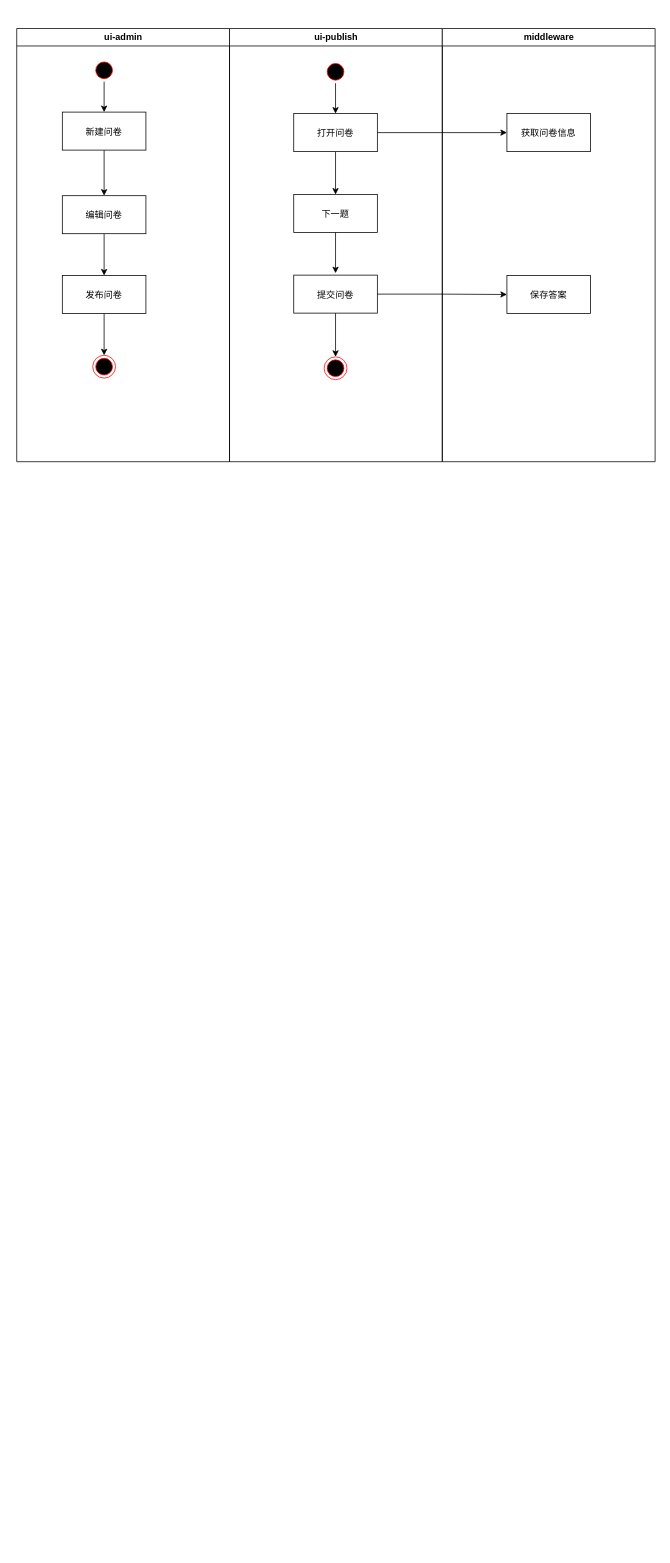
This is form-logic.drawio from lshunran/drawIO, a draw.io file, before an edit. Source tidied: cells renumbered, new cells numbered last; positions are measured from the earlier drawing's top-left corner, leaving out a move shared by most shapes. Both pictures are drawn from the tidied source at 76%, with x=0, y=0 at pixel (16, 28).
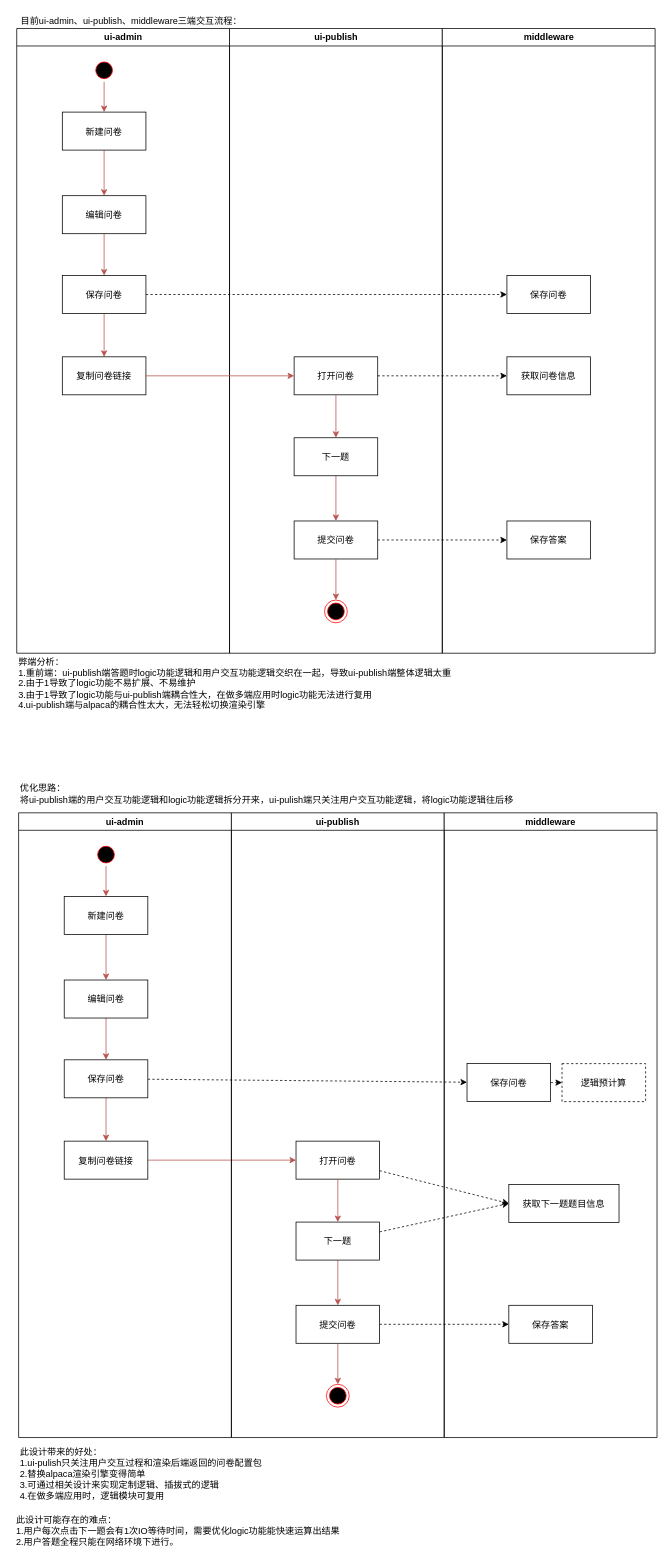
Above is the later version.

Unchanged cells that the change refers to:
```xml
<mxCell id="4" style="ellipse;shape=startState;fillColor=#000000;strokeColor=#ff0000;" parent="2" vertex="1">
  <mxGeometry x="100" y="40" width="30" height="30" as="geometry" />
</mxCell>
<mxCell id="6" value="新建问卷" parent="2" vertex="1">
  <mxGeometry x="60" y="110" width="110" height="50" as="geometry" />
</mxCell>
<mxCell id="8" value="编辑问卷" parent="2" vertex="1">
  <mxGeometry x="60" y="220" width="110" height="50" as="geometry" />
</mxCell>
```

What changed in the source:
```diff
@@
     <mxCell id="2" value="ui-admin" style="swimlane;whiteSpace=wrap;" parent="1" vertex="1">
-      <mxGeometry x="0.5" width="280" height="570" as="geometry" />
+      <mxGeometry x="0.5" width="280" height="822" as="geometry" />
     </mxCell>
-    <mxCell id="3" style="edgeStyle=orthogonalEdgeStyle;rounded=0;jettySize=auto;html=1;" parent="2" edge="1" source="4" target="6">
+    <mxCell id="3" style="edgeStyle=orthogonalEdgeStyle;rounded=0;jettySize=auto;html=1;fillColor=#f8cecc;strokeColor=#b85450;" parent="2" edge="1" source="4" target="6">
       <mxGeometry relative="1" as="geometry" />
     </mxCell>
@@
-    <mxCell id="5" style="edgeStyle=orthogonalEdgeStyle;rounded=0;jettySize=auto;html=1;" parent="2" edge="1" source="6" target="8">
+    <mxCell id="5" style="edgeStyle=orthogonalEdgeStyle;rounded=0;jettySize=auto;html=1;strokeColor=#b85450;fillColor=#f8cecc;" parent="2" edge="1" source="6" target="8">
       <mxGeometry relative="1" as="geometry" />
     </mxCell>
@@
-    <mxCell id="7" style="edgeStyle=orthogonalEdgeStyle;rounded=0;jettySize=auto;html=1;entryX=0.5;entryY=0;entryDx=0;entryDy=0;" parent="2" edge="1" source="8" target="10">
+    <mxCell id="7" style="edgeStyle=orthogonalEdgeStyle;rounded=0;jettySize=auto;html=1;entryX=0.5;entryY=0;entryDx=0;entryDy=0;fillColor=#f8cecc;strokeColor=#b85450;" parent="2" edge="1" source="8" target="10">
       <mxGeometry relative="1" as="geometry" />
     </mxCell>
@@
-    <mxCell id="9" style="edgeStyle=orthogonalEdgeStyle;rounded=0;jettySize=auto;html=1;entryX=0.5;entryY=0;entryDx=0;entryDy=0;" parent="2" edge="1" source="10" target="11">
-      <mxGeometry relative="1" as="geometry" />
-    </mxCell>
+    <mxCell id="27" style="edgeStyle=orthogonalEdgeStyle;rounded=0;jettySize=auto;html=1;exitX=0.5;exitY=1;exitDx=0;exitDy=0;entryX=0.5;entryY=0;entryDx=0;entryDy=0;fillColor=#f8cecc;strokeColor=#b85450;" parent="2" edge="1" source="10" target="28">
+      <mxGeometry relative="1" as="geometry" />
+    </mxCell>
-    <mxCell id="10" value="发布问卷" parent="2" vertex="1">
+    <mxCell id="10" value="保存问卷" parent="2" vertex="1">
       <mxGeometry x="60" y="325" width="110" height="50" as="geometry" />
     </mxCell>
-    <mxCell id="11" style="ellipse;shape=endState;fillColor=#000000;strokeColor=#ff0000;" parent="2" vertex="1">
-      <mxGeometry x="100" y="430" width="30" height="30" as="geometry" />
-    </mxCell>
+    <mxCell id="28" value="复制问卷链接" parent="2" vertex="1">
+      <mxGeometry x="60" y="432" width="110" height="50" as="geometry" />
+    </mxCell>
     <mxCell id="12" value="ui-publish" style="swimlane;whiteSpace=wrap;" parent="1" vertex="1">
-      <mxGeometry x="280.5" width="280" height="570" as="geometry" />
+      <mxGeometry x="280.5" width="280" height="822" as="geometry" />
     </mxCell>
-    <mxCell id="13" style="edgeStyle=orthogonalEdgeStyle;rounded=0;jettySize=auto;html=1;entryX=0.5;entryY=0;entryDx=0;entryDy=0;" parent="12" edge="1" source="14" target="16">
-      <mxGeometry relative="1" as="geometry" />
-    </mxCell>
-    <mxCell id="14" style="ellipse;shape=startState;fillColor=#000000;strokeColor=#ff0000;" parent="12" vertex="1">
-      <mxGeometry x="124.5" y="42" width="30" height="30" as="geometry" />
-    </mxCell>
+    <mxCell id="16" value="打开问卷" parent="12" vertex="1">
+      <mxGeometry x="85" y="432" width="110" height="50" as="geometry" />
+    </mxCell>
+    <mxCell id="29" style="edgeStyle=orthogonalEdgeStyle;rounded=0;jettySize=auto;html=1;exitX=0.5;exitY=1;exitDx=0;exitDy=0;entryX=0.5;entryY=0;entryDx=0;entryDy=0;fillColor=#f8cecc;strokeColor=#b85450;" parent="12" edge="1" source="17" target="19">
+      <mxGeometry relative="1" as="geometry" />
+    </mxCell>
+    <mxCell id="17" value="下一题" parent="12" vertex="1">
+      <mxGeometry x="85" y="538.5" width="110" height="50" as="geometry" />
+    </mxCell>
-    <mxCell id="15" style="edgeStyle=orthogonalEdgeStyle;rounded=0;jettySize=auto;html=1;" parent="12" edge="1" source="16" target="17">
+    <mxCell id="15" style="edgeStyle=orthogonalEdgeStyle;rounded=0;jettySize=auto;html=1;fillColor=#f8cecc;strokeColor=#b85450;" parent="12" edge="1" source="16" target="17">
       <mxGeometry relative="1" as="geometry" />
     </mxCell>
-    <mxCell id="16" value="打开问卷" parent="12" vertex="1">
-      <mxGeometry x="84.5" y="112" width="110" height="50" as="geometry" />
-    </mxCell>
-    <mxCell id="17" value="下一题" parent="12" vertex="1">
-      <mxGeometry x="84.5" y="218.5" width="110" height="50" as="geometry" />
-    </mxCell>
-    <mxCell id="18" style="edgeStyle=orthogonalEdgeStyle;rounded=0;jettySize=auto;html=1;exitX=0.5;exitY=1;exitDx=0;exitDy=0;" parent="12" edge="1" source="19" target="20">
-      <mxGeometry relative="1" as="geometry" />
-    </mxCell>
     <mxCell id="19" value="提交问卷" parent="12" vertex="1">
-      <mxGeometry x="84.5" y="324.5" width="110" height="50" as="geometry" />
+      <mxGeometry x="85" y="648" width="110" height="50" as="geometry" />
     </mxCell>
     <mxCell id="20" style="ellipse;shape=endState;fillColor=#000000;strokeColor=#ff0000;" parent="12" vertex="1">
-      <mxGeometry x="124.5" y="432" width="30" height="30" as="geometry" />
+      <mxGeometry x="125" y="752" width="30" height="30" as="geometry" />
     </mxCell>
+    <mxCell id="18" style="edgeStyle=orthogonalEdgeStyle;rounded=0;jettySize=auto;html=1;exitX=0.5;exitY=1;exitDx=0;exitDy=0;fillColor=#f8cecc;strokeColor=#b85450;" parent="12" edge="1" source="19" target="20">
+      <mxGeometry relative="1" as="geometry" />
+    </mxCell>
     <mxCell id="21" value="middleware" style="swimlane;whiteSpace=wrap;" parent="1" vertex="1">
-      <mxGeometry x="560.5" width="280" height="570" as="geometry" />
+      <mxGeometry x="560.5" width="280" height="822" as="geometry" />
     </mxCell>
     <mxCell id="22" value="获取问卷信息" parent="21" vertex="1">
-      <mxGeometry x="85" y="112" width="110" height="50" as="geometry" />
+      <mxGeometry x="85" y="432" width="110" height="50" as="geometry" />
     </mxCell>
-    <mxCell id="23" value="保存答案" parent="21" vertex="1">
+    <mxCell id="23" value="保存问卷" parent="21" vertex="1">
       <mxGeometry x="85" y="325" width="110" height="50" as="geometry" />
     </mxCell>
-    <mxCell id="24" style="edgeStyle=orthogonalEdgeStyle;rounded=0;jettySize=auto;html=1;" parent="1" edge="1" source="17">
-      <mxGeometry relative="1" as="geometry">
-        <mxPoint x="420" y="322" as="targetPoint" />
-      </mxGeometry>
-    </mxCell>
+    <mxCell id="30" value="保存答案" parent="21" vertex="1">
+      <mxGeometry x="85" y="648" width="110" height="50" as="geometry" />
+    </mxCell>
+    <mxCell id="31" style="edgeStyle=orthogonalEdgeStyle;rounded=0;jettySize=auto;html=1;entryX=0;entryY=0.5;entryDx=0;entryDy=0;fillColor=#f8cecc;strokeColor=#b85450;" parent="1" edge="1" source="28" target="16">
+      <mxGeometry relative="1" as="geometry" />
+    </mxCell>
+    <mxCell id="32" style="rounded=0;jettySize=auto;html=1;dashed=1;" parent="1" edge="1" source="10" target="23">
+      <mxGeometry relative="1" as="geometry" />
+    </mxCell>
-    <mxCell id="25" style="edgeStyle=orthogonalEdgeStyle;rounded=0;jettySize=auto;html=1;entryX=0;entryY=0.5;entryDx=0;entryDy=0;" parent="1" edge="1" source="16" target="22">
+    <mxCell id="25" style="edgeStyle=none;rounded=0;jettySize=auto;html=1;entryX=0;entryY=0.5;entryDx=0;entryDy=0;dashed=1;" parent="1" edge="1" source="16" target="22">
       <mxGeometry relative="1" as="geometry" />
     </mxCell>
-    <mxCell id="26" style="edgeStyle=orthogonalEdgeStyle;rounded=0;jettySize=auto;html=1;entryX=0;entryY=0.5;entryDx=0;entryDy=0;" parent="1" edge="1" source="19" target="23">
-      <mxGeometry relative="1" as="geometry" />
-    </mxCell>
+    <mxCell id="33" style="edgeStyle=none;rounded=0;jettySize=auto;html=1;entryX=0;entryY=0.5;entryDx=0;entryDy=0;dashed=1;" parent="1" edge="1" source="19" target="30">
+      <mxGeometry relative="1" as="geometry" />
+    </mxCell>
+    <mxCell id="34" style="edgeStyle=orthogonalEdgeStyle;rounded=0;jettySize=auto;html=1;entryX=0;entryY=0.5;entryDx=0;entryDy=0;fillColor=#f8cecc;strokeColor=#b85450;" parent="1" edge="1" source="46" target="48">
+      <mxGeometry relative="1" as="geometry" />
+    </mxCell>
+    <mxCell id="35" style="rounded=0;jettySize=auto;html=1;dashed=1;" parent="1" edge="1" source="45" target="57">
+      <mxGeometry relative="1" as="geometry" />
+    </mxCell>
+    <mxCell id="36" style="edgeStyle=none;rounded=0;jettySize=auto;html=1;entryX=0;entryY=0.5;entryDx=0;entryDy=0;dashed=1;" parent="1" edge="1" source="52" target="58">
+      <mxGeometry relative="1" as="geometry" />
+    </mxCell>
+    <mxCell id="37" value="ui-admin" style="swimlane;whiteSpace=wrap;" parent="1" vertex="1">
+      <mxGeometry x="3" y="1032" width="280" height="822" as="geometry" />
+    </mxCell>
+    <mxCell id="38" style="edgeStyle=orthogonalEdgeStyle;rounded=0;jettySize=auto;html=1;fillColor=#f8cecc;strokeColor=#b85450;" parent="37" edge="1" source="39" target="41">
+      <mxGeometry relative="1" as="geometry" />
+    </mxCell>
+    <mxCell id="39" style="ellipse;shape=startState;fillColor=#000000;strokeColor=#ff0000;" parent="37" vertex="1">
+      <mxGeometry x="100" y="40" width="30" height="30" as="geometry" />
+    </mxCell>
+    <mxCell id="40" style="edgeStyle=orthogonalEdgeStyle;rounded=0;jettySize=auto;html=1;strokeColor=#b85450;fillColor=#f8cecc;" parent="37" edge="1" source="41" target="43">
+      <mxGeometry relative="1" as="geometry" />
+    </mxCell>
+    <mxCell id="41" value="新建问卷" parent="37" vertex="1">
+      <mxGeometry x="60" y="110" width="110" height="50" as="geometry" />
+    </mxCell>
+    <mxCell id="42" style="edgeStyle=orthogonalEdgeStyle;rounded=0;jettySize=auto;html=1;entryX=0.5;entryY=0;entryDx=0;entryDy=0;fillColor=#f8cecc;strokeColor=#b85450;" parent="37" edge="1" source="43" target="45">
+      <mxGeometry relative="1" as="geometry" />
+    </mxCell>
+    <mxCell id="43" value="编辑问卷" parent="37" vertex="1">
+      <mxGeometry x="60" y="220" width="110" height="50" as="geometry" />
+    </mxCell>
+    <mxCell id="44" style="edgeStyle=orthogonalEdgeStyle;rounded=0;jettySize=auto;html=1;exitX=0.5;exitY=1;exitDx=0;exitDy=0;entryX=0.5;entryY=0;entryDx=0;entryDy=0;fillColor=#f8cecc;strokeColor=#b85450;" parent="37" edge="1" source="45" target="46">
+      <mxGeometry relative="1" as="geometry" />
+    </mxCell>
+    <mxCell id="45" value="保存问卷" parent="37" vertex="1">
+      <mxGeometry x="60" y="325" width="110" height="50" as="geometry" />
+    </mxCell>
+    <mxCell id="46" value="复制问卷链接" parent="37" vertex="1">
+      <mxGeometry x="60" y="432" width="110" height="50" as="geometry" />
+    </mxCell>
+    <mxCell id="47" value="ui-publish" style="swimlane;whiteSpace=wrap;" parent="1" vertex="1">
+      <mxGeometry x="283" y="1032" width="280" height="822" as="geometry" />
+    </mxCell>
+    <mxCell id="48" value="打开问卷" parent="47" vertex="1">
+      <mxGeometry x="85" y="432" width="110" height="50" as="geometry" />
+    </mxCell>
+    <mxCell id="49" style="edgeStyle=orthogonalEdgeStyle;rounded=0;jettySize=auto;html=1;exitX=0.5;exitY=1;exitDx=0;exitDy=0;entryX=0.5;entryY=0;entryDx=0;entryDy=0;fillColor=#f8cecc;strokeColor=#b85450;" parent="47" edge="1" source="50" target="52">
+      <mxGeometry relative="1" as="geometry" />
+    </mxCell>
+    <mxCell id="50" value="下一题" parent="47" vertex="1">
+      <mxGeometry x="85" y="538.5" width="110" height="50" as="geometry" />
+    </mxCell>
+    <mxCell id="51" style="edgeStyle=orthogonalEdgeStyle;rounded=0;jettySize=auto;html=1;fillColor=#f8cecc;strokeColor=#b85450;" parent="47" edge="1" source="48" target="50">
+      <mxGeometry relative="1" as="geometry" />
+    </mxCell>
+    <mxCell id="52" value="提交问卷" parent="47" vertex="1">
+      <mxGeometry x="85" y="648" width="110" height="50" as="geometry" />
+    </mxCell>
+    <mxCell id="53" style="ellipse;shape=endState;fillColor=#000000;strokeColor=#ff0000;" parent="47" vertex="1">
+      <mxGeometry x="125" y="752" width="30" height="30" as="geometry" />
+    </mxCell>
+    <mxCell id="54" style="edgeStyle=orthogonalEdgeStyle;rounded=0;jettySize=auto;html=1;exitX=0.5;exitY=1;exitDx=0;exitDy=0;fillColor=#f8cecc;strokeColor=#b85450;" parent="47" edge="1" source="52" target="53">
+      <mxGeometry relative="1" as="geometry" />
+    </mxCell>
+    <mxCell id="55" value="middleware" style="swimlane;whiteSpace=wrap;" parent="1" vertex="1">
+      <mxGeometry x="563" y="1032" width="280" height="822" as="geometry" />
+    </mxCell>
+    <mxCell id="56" style="edgeStyle=none;rounded=0;jettySize=auto;html=1;exitX=1;exitY=0.5;exitDx=0;exitDy=0;entryX=0;entryY=0.5;entryDx=0;entryDy=0;dashed=1;strokeColor=#000000;" parent="55" edge="1" source="57" target="59">
+      <mxGeometry relative="1" as="geometry" />
+    </mxCell>
+    <mxCell id="57" value="保存问卷" parent="55" vertex="1">
+      <mxGeometry x="30" y="330" width="110" height="50" as="geometry" />
+    </mxCell>
+    <mxCell id="58" value="保存答案" parent="55" vertex="1">
+      <mxGeometry x="85" y="648" width="110" height="50" as="geometry" />
+    </mxCell>
+    <mxCell id="59" value="逻辑预计算" style="dashed=1;" parent="55" vertex="1">
+      <mxGeometry x="155" y="330" width="110" height="50" as="geometry" />
+    </mxCell>
+    <mxCell id="60" value="获取下一题题目信息" parent="55" vertex="1">
+      <mxGeometry x="85" y="489" width="145" height="50" as="geometry" />
+    </mxCell>
+    <mxCell id="61" style="edgeStyle=none;rounded=0;jettySize=auto;html=1;entryX=0;entryY=0.5;entryDx=0;entryDy=0;dashed=1;strokeColor=#000000;" parent="1" edge="1" source="50" target="60">
+      <mxGeometry relative="1" as="geometry" />
+    </mxCell>
+    <mxCell id="62" style="edgeStyle=none;rounded=0;jettySize=auto;html=1;entryX=0;entryY=0.5;entryDx=0;entryDy=0;dashed=1;strokeColor=#000000;" parent="1" edge="1" source="48" target="60">
+      <mxGeometry relative="1" as="geometry" />
+    </mxCell>
+    <mxCell id="63" value="目前ui-admin、ui-publish、middleware三端交互流程：" style="text;html=1;align=center;verticalAlign=middle;" parent="1" vertex="1">
+      <mxGeometry x="-4.5" y="-20" width="310" height="20" as="geometry" />
+    </mxCell>
+    <mxCell id="64" value="弊端分析：&lt;br&gt;1.重前端：ui-publish端答题时logic功能逻辑和用户交互功能逻辑交织在一起，导致ui-publish端整体逻辑太重&lt;br&gt;2.由于1导致了logic功能不易扩展、不易维护&lt;br&gt;3.由于1导致了logic功能与ui-publish端耦合性大，在做多端应用时logic功能无法进行复用&lt;br&gt;4.ui-publish端与alpaca的耦合性太大，无法轻松切换渲染引擎" style="text;html=1;align=left;verticalAlign=middle;" parent="1" vertex="1">
+      <mxGeometry x="0.5" y="822" width="580" height="80" as="geometry" />
+    </mxCell>
+    <mxCell id="65" value="优化思路：&lt;br&gt;将ui-publish端的用户交互功能逻辑和logic功能逻辑拆分开来，ui-pulish端只关注用户交互功能逻辑，将logic功能逻辑往后移" style="text;html=1;align=left;verticalAlign=middle;" parent="1" vertex="1">
+      <mxGeometry x="3" y="992" width="660" height="30" as="geometry" />
+    </mxCell>
+    <mxCell id="66" value="此设计带来的好处：&lt;br&gt;&lt;div&gt;&lt;span&gt;1.ui-pulish只关注用户交互过程和渲染后端返回的问卷配置包&lt;/span&gt;&lt;/div&gt;&lt;div&gt;&lt;span&gt;2.替换alpaca渲染引擎变得简单&lt;/span&gt;&lt;/div&gt;&lt;div&gt;&lt;span&gt;3.可通过相关设计来实现定制逻辑、插拔式的逻辑&lt;/span&gt;&lt;/div&gt;&lt;div&gt;&lt;span&gt;4.在做多端应用时，逻辑模块可复用&lt;/span&gt;&lt;/div&gt;" style="text;html=1;align=left;verticalAlign=middle;" parent="1" vertex="1">
+      <mxGeometry x="3" y="1862" width="330" height="80" as="geometry" />
+    </mxCell>
+    <mxCell id="67" value="此设计可能存在的难点：&lt;br&gt;&lt;div&gt;&lt;span&gt;1.用户每次点击下一题会有1次IO等待时间，需要优化logic功能能快速运算出结果&lt;br&gt;&lt;/span&gt;&lt;/div&gt;&lt;div&gt;&lt;span&gt;2.用户答题全程只能在网络环境下进行。&lt;/span&gt;&lt;/div&gt;" style="text;html=1;align=left;verticalAlign=middle;" parent="1" vertex="1">
+      <mxGeometry x="-2" y="1952" width="440" height="50" as="geometry" />
+    </mxCell>
```
